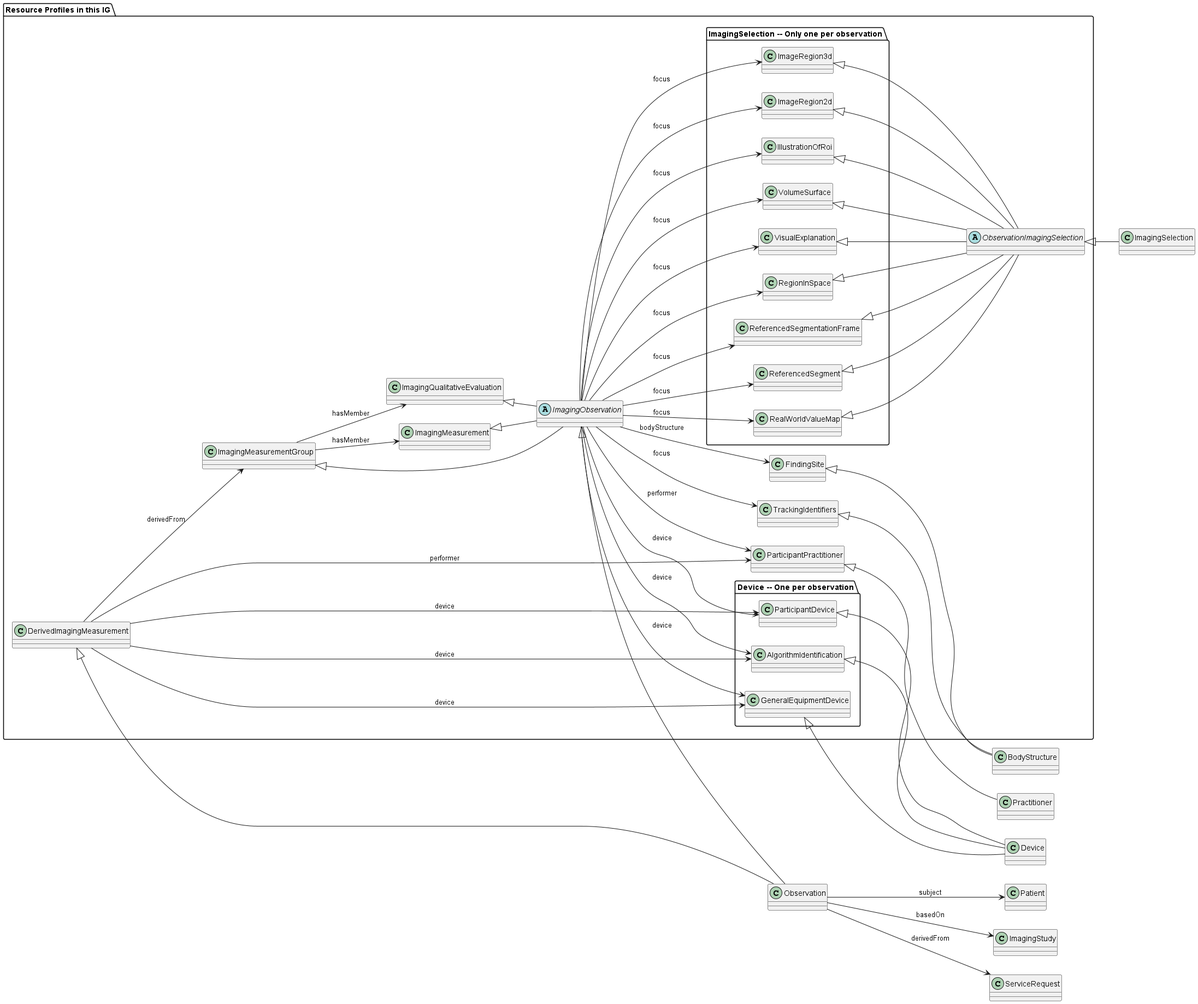
Earlier version of the PlantUML export input/images/dicom_sr_resource_relationships.png (HL7/dicom-sr).
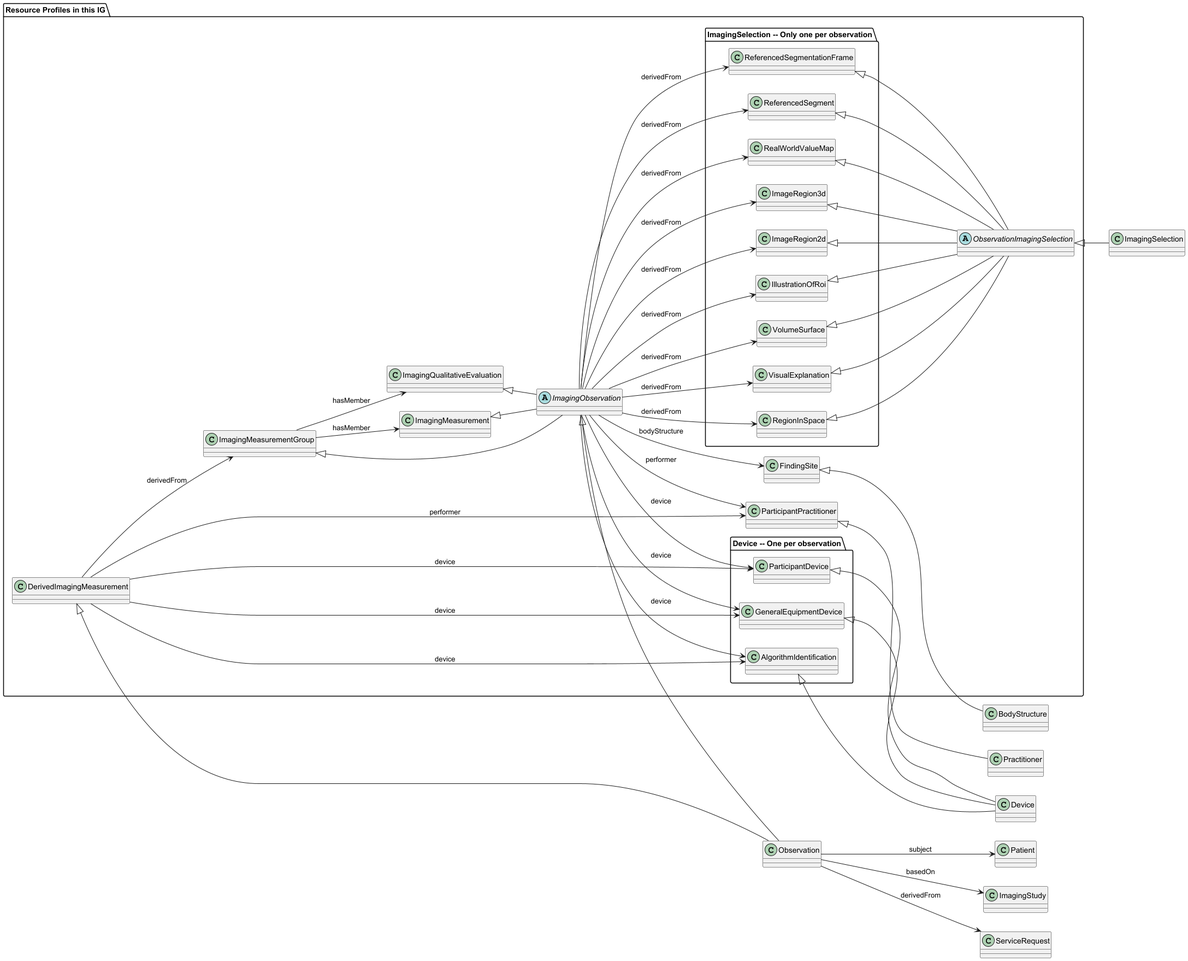
The same file after the commit.

What changed in the source:
```diff
@@ -33,7 +33,6 @@
     }
 
     class FindingSite
-    class TrackingIdentifiers
 
     abstract ImagingObservation
     class ImagingMeasurementGroup
@@ -65,7 +64,6 @@
 VolumeSurface <|-- ObservationImagingSelection
 
 FindingSite <|-- BodyStructure
-TrackingIdentifiers <|-- BodyStructure
 
 Observation --> Patient: subject
 Observation --> ImagingStudy: basedOn
@@ -81,17 +79,16 @@
 DerivedImagingMeasurement --> ParticipantPractitioner: performer
 
 ImagingObservation --> FindingSite: bodyStructure
-ImagingObservation --> TrackingIdentifiers: focus
 
-ImagingObservation --> IllustrationOfRoi: focus
-ImagingObservation --> ImageRegion2d: focus
-ImagingObservation --> ImageRegion3d: focus
-ImagingObservation --> RealWorldValueMap: focus
-ImagingObservation --> ReferencedSegment: focus
-ImagingObservation --> ReferencedSegmentationFrame: focus
-ImagingObservation --> RegionInSpace: focus
-ImagingObservation --> VisualExplanation: focus
-ImagingObservation --> VolumeSurface: focus
+ImagingObservation --> IllustrationOfRoi: derivedFrom
+ImagingObservation --> ImageRegion2d: derivedFrom
+ImagingObservation --> ImageRegion3d: derivedFrom
+ImagingObservation --> RealWorldValueMap: derivedFrom
+ImagingObservation --> ReferencedSegment: derivedFrom
+ImagingObservation --> ReferencedSegmentationFrame: derivedFrom
+ImagingObservation --> RegionInSpace: derivedFrom
+ImagingObservation --> VisualExplanation: derivedFrom
+ImagingObservation --> VolumeSurface: derivedFrom
 
 ImagingMeasurementGroup --> ImagingMeasurement: hasMember
 ImagingMeasurementGroup --> ImagingQualitativeEvaluation: hasMember
```
